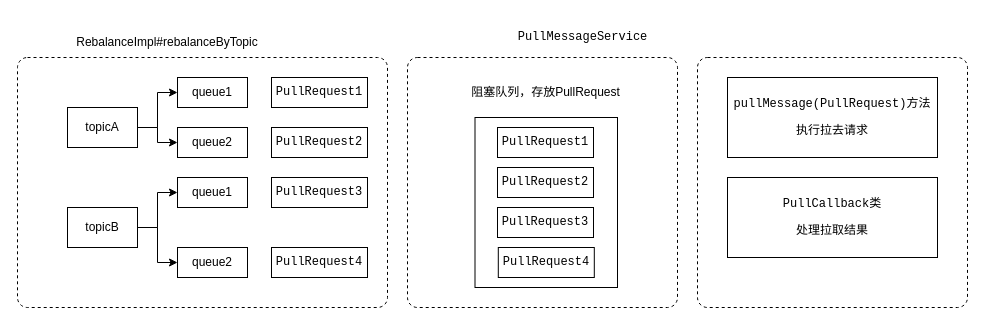
The draw.io diagram rocketmq/消息消费类图.drawio in erlieStar/diagrams, before the edit. Source tidied: cells renumbered, new cells numbered last; positions are measured from the earlier drawing's top-left corner, leaving out a move shared by most shapes. Both pictures are drawn from the tidied source at 100%, with x=0, y=0 at pixel (17, 17).
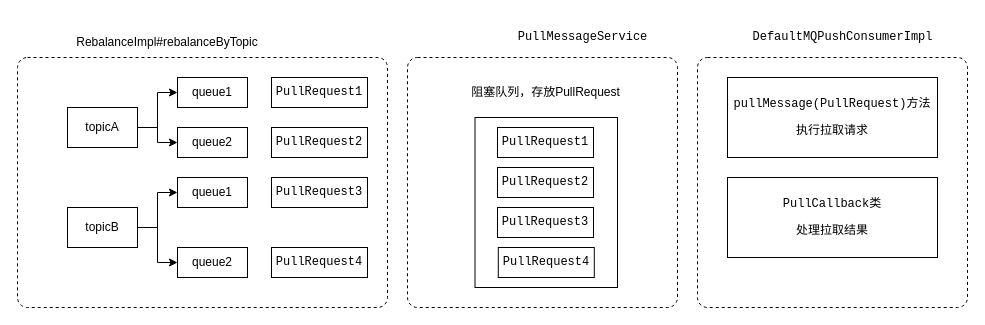
The same page after the edit.

Commit message (it also covers changes not shown here):
Update 消息消费类图.drawio

What changed in the source:
```diff
@@
-    <mxCell id="17" value="&lt;pre&gt;pullMessage(PullRequest)方法&lt;/pre&gt;&lt;pre&gt;执行拉去请求&lt;/pre&gt;" style="rounded=0;whiteSpace=wrap;html=1;" parent="1" vertex="1">
+    <mxCell id="17" value="&lt;pre&gt;pullMessage(PullRequest)方法&lt;/pre&gt;&lt;pre&gt;执行拉取请求&lt;/pre&gt;" style="rounded=0;whiteSpace=wrap;html=1;" parent="1" vertex="1">
       <mxGeometry x="710" y="60" width="210" height="80" as="geometry" />
     </mxCell>
@@
+    <mxCell id="29" value="&lt;pre&gt;&lt;pre&gt;DefaultMQPushConsumerImpl&lt;/pre&gt;&lt;/pre&gt;" style="text;html=1;align=center;verticalAlign=middle;strokeColor=none;fillColor=none;" parent="1" vertex="1">
+      <mxGeometry x="725" width="200" height="40" as="geometry" />
+    </mxCell>
```
